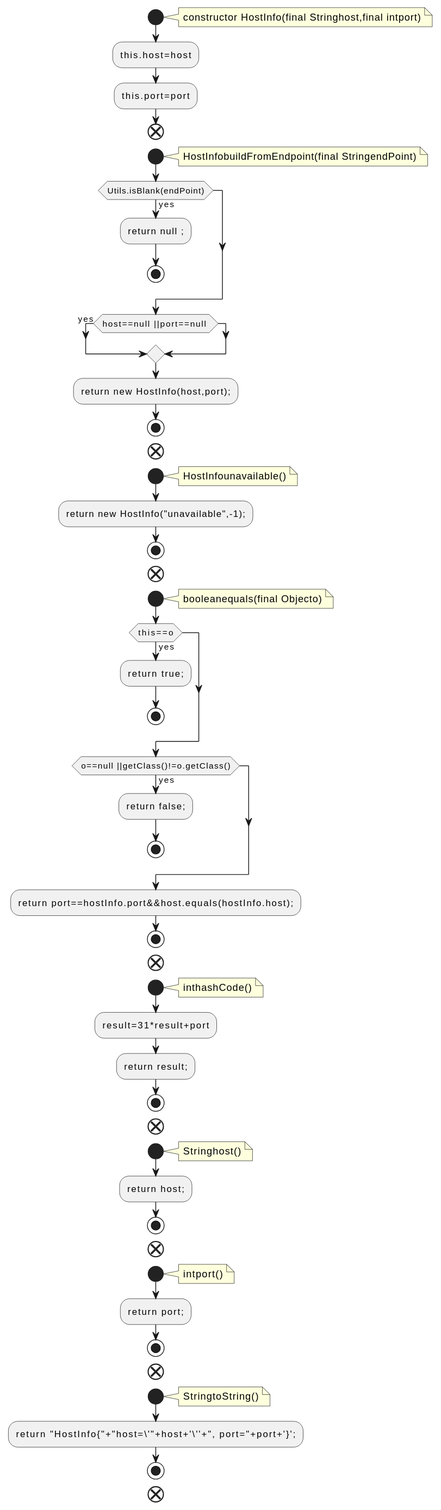
qualitesys/kafka keeps this PlantUML diagram as docs/qc/streams/src/main/java/org/apache/kafka/streams/state/HostInfo.java.fct.svg. Above is the earlier version. Source of this version:
```plantuml
@startuml
!pragma layout smetana
start
note right
constructor HostInfo(final Stringhost,final intport)
end note
:this.host=host;
:this.port=port;
end
start
note right
HostInfobuildFromEndpoint(final StringendPoint)
end note
if (Utils.isBlank(endPoint)) then (yes)
:return null ;;
stop
endif
if (host==null ||port==null ) then (yes)
endif
:return new HostInfo(host,port);;
stop
end
start
note right
HostInfounavailable()
end note
:return new HostInfo("unavailable",-1);;
stop
end
start
note right
booleanequals(final Objecto)
end note
if (this==o) then (yes)
:return true;;
stop
endif
if (o==null ||getClass()!=o.getClass()) then (yes)
:return false;;
stop
endif
:return port==hostInfo.port&&host.equals(hostInfo.host);;
stop
end
start
note right
inthashCode()
end note
:result=31*result+port;
:return result;;
stop
end
start
note right
Stringhost()
end note
:return host;;
stop
end
start
note right
intport()
end note
:return port;;
stop
end
start
note right
StringtoString()
end note
:return "HostInfo{"+"host=\'"+host+'\''+", port="+port+'}';;
stop
end
@enduml
```
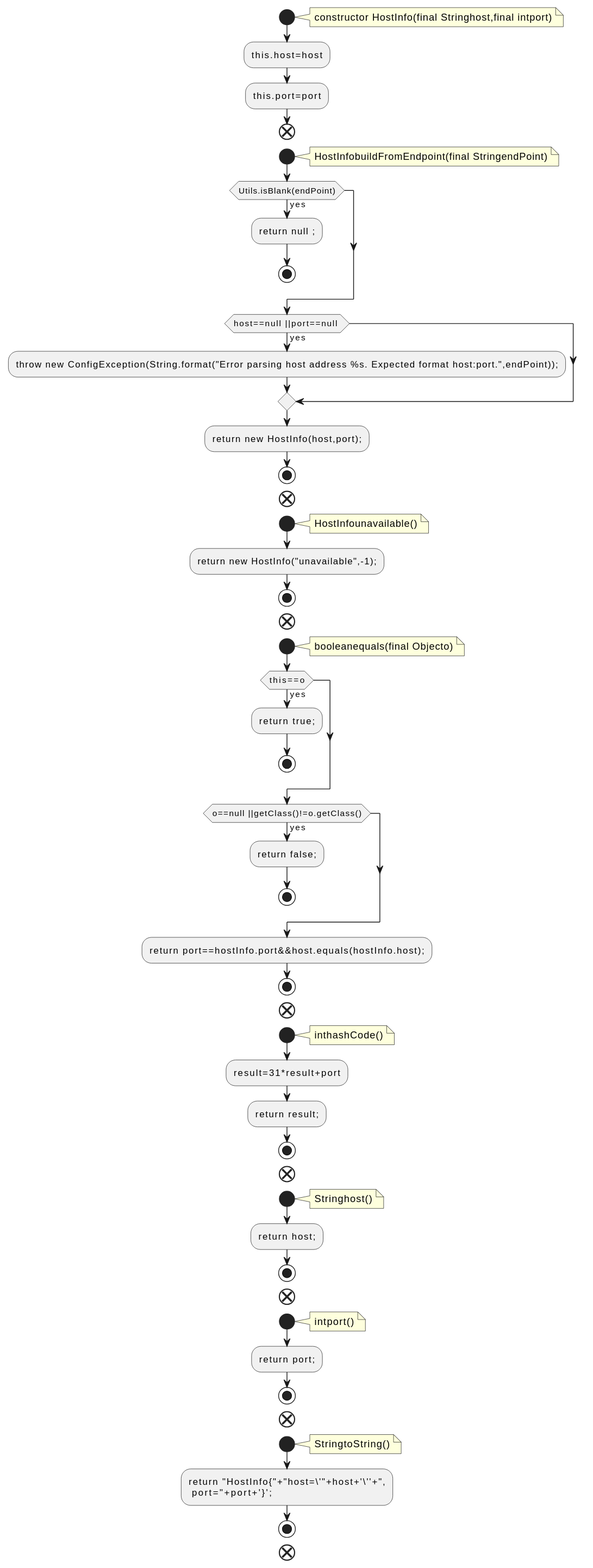
The same file after the commit.

What changed in the source:
```diff
@@ -16,6 +16,7 @@
 stop
 endif
 if (host==null ||port==null ) then (yes)
+:throw new ConfigException(String.format("Error parsing host address %s. Expected format host:port.",endPoint));;
 endif
 :return new HostInfo(host,port);;
 stop
@@ -68,7 +69,8 @@
 note right
 StringtoString()
 end note
-:return "HostInfo{"+"host=\'"+host+'\''+", port="+port+'}';;
+:return "HostInfo{"+"host=\'"+host+'\''+",
+ port="+port+'}';;
 stop
 end
 @enduml
```
